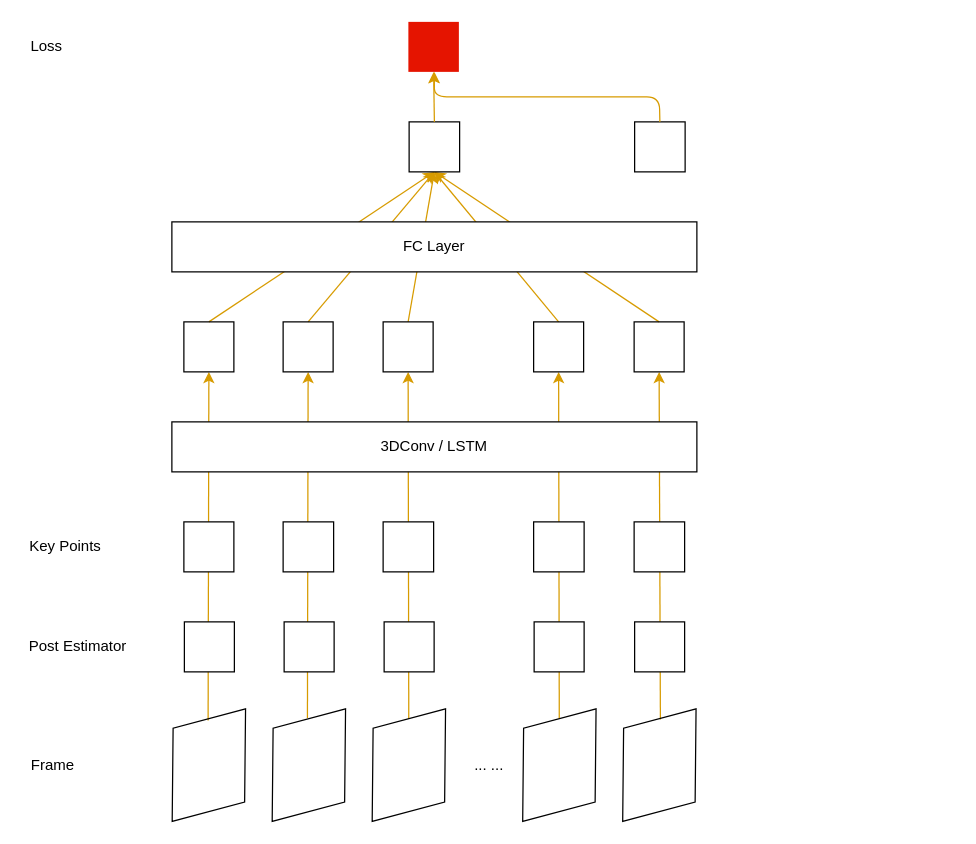
Before: 99_resources/11_img/fall_detection_pose.drawio in dataml-cn/playground, a draw.io diagram. Source tidied: cells renumbered, new cells numbered last; positions are measured from the earlier drawing's top-left corner, leaving out a move shared by most shapes. Both pictures are drawn from the tidied source at 125%, with x=0, y=0 at pixel (21, 21).
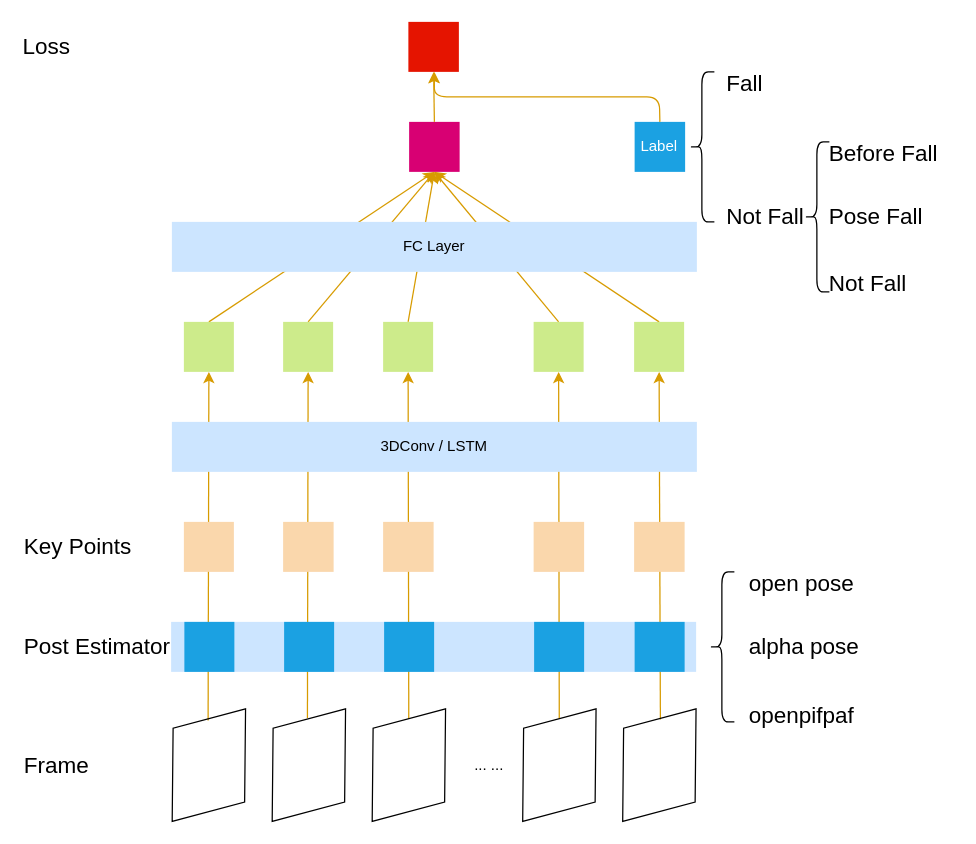
After the change.

What changed in the source:
```diff
@@
+    <mxCell id="44" style="rounded=0;whiteSpace=wrap;html=1;fillColor=#cce5ff;strokeColor=none;" parent="1" vertex="1">
+      <mxGeometry x="119.4" y="480" width="420" height="40" as="geometry" />
+    </mxCell>
@@
-    <mxCell id="18" style="rounded=0;whiteSpace=wrap;html=1;" parent="1" vertex="1">
+    <mxCell id="18" style="rounded=0;whiteSpace=wrap;html=1;fillColor=#1ba1e2;fontColor=#ffffff;strokeColor=none;" parent="1" vertex="1">
       <mxGeometry x="130" y="480" width="40" height="40" as="geometry" />
     </mxCell>
-    <mxCell id="19" value="Frame" style="text;html=1;strokeColor=none;fillColor=none;align=center;verticalAlign=middle;whiteSpace=wrap;rounded=0;" parent="1" vertex="1">
-      <mxGeometry y="584.6" width="50" height="20" as="geometry" />
+    <mxCell id="19" value="&lt;font style=&quot;font-size: 18px;&quot;&gt;Frame&lt;/font&gt;" style="text;html=1;strokeColor=none;fillColor=none;align=left;verticalAlign=middle;whiteSpace=wrap;rounded=0;fontSize=18;" parent="1" vertex="1">
+      <mxGeometry y="584.6" width="60" height="20" as="geometry" />
     </mxCell>
-    <mxCell id="20" value="Post Estimator" style="text;html=1;strokeColor=none;fillColor=none;align=center;verticalAlign=middle;whiteSpace=wrap;rounded=0;" parent="1" vertex="1">
-      <mxGeometry y="490" width="90" height="20" as="geometry" />
+    <mxCell id="20" value="&lt;font style=&quot;font-size: 18px&quot;&gt;Post Estimator&lt;/font&gt;" style="text;html=1;strokeColor=none;fillColor=none;align=left;verticalAlign=middle;whiteSpace=wrap;rounded=0;" parent="1" vertex="1">
+      <mxGeometry y="490" width="120" height="20" as="geometry" />
     </mxCell>
-    <mxCell id="21" style="rounded=0;whiteSpace=wrap;html=1;" parent="1" vertex="1">
+    <mxCell id="21" style="rounded=0;whiteSpace=wrap;html=1;fillColor=#fad7ac;strokeColor=none;" parent="1" vertex="1">
       <mxGeometry x="129.6" y="400" width="40" height="40" as="geometry" />
     </mxCell>
-    <mxCell id="22" value="Key Points" style="text;html=1;strokeColor=none;fillColor=none;align=center;verticalAlign=middle;whiteSpace=wrap;rounded=0;" parent="1" vertex="1">
-      <mxGeometry y="410" width="70" height="20" as="geometry" />
+    <mxCell id="22" value="&lt;font style=&quot;font-size: 18px&quot;&gt;Key Points&lt;/font&gt;" style="text;html=1;strokeColor=none;fillColor=none;align=left;verticalAlign=middle;whiteSpace=wrap;rounded=0;" parent="1" vertex="1">
+      <mxGeometry y="410" width="90" height="20" as="geometry" />
     </mxCell>
-    <mxCell id="23" style="rounded=0;whiteSpace=wrap;html=1;" parent="1" vertex="1">
+    <mxCell id="23" style="rounded=0;whiteSpace=wrap;html=1;fillColor=#fad7ac;strokeColor=none;" parent="1" vertex="1">
       <mxGeometry x="209" y="400" width="40.4" height="40" as="geometry" />
     </mxCell>
-    <mxCell id="24" value="3DConv / LSTM" style="rounded=0;whiteSpace=wrap;html=1;" parent="1" vertex="1">
+    <mxCell id="24" value="3DConv / LSTM" style="rounded=0;whiteSpace=wrap;html=1;fillColor=#cce5ff;strokeColor=none;" parent="1" vertex="1">
       <mxGeometry x="120" y="320" width="420" height="40" as="geometry" />
     </mxCell>
-    <mxCell id="25" style="rounded=0;whiteSpace=wrap;html=1;fillColor=none;" parent="1" vertex="1">
+    <mxCell id="25" style="rounded=0;whiteSpace=wrap;html=1;fillColor=#cdeb8b;strokeColor=none;" parent="1" vertex="1">
       <mxGeometry x="129.6" y="240" width="40" height="40" as="geometry" />
     </mxCell>
-    <mxCell id="26" style="rounded=0;whiteSpace=wrap;html=1;" parent="1" vertex="1">
+    <mxCell id="26" style="rounded=0;whiteSpace=wrap;html=1;fillColor=#fad7ac;strokeColor=none;" parent="1" vertex="1">
       <mxGeometry x="289" y="400" width="40.4" height="40" as="geometry" />
     </mxCell>
-    <mxCell id="27" style="rounded=0;whiteSpace=wrap;html=1;" parent="1" vertex="1">
+    <mxCell id="27" style="rounded=0;whiteSpace=wrap;html=1;fillColor=#fad7ac;strokeColor=none;" parent="1" vertex="1">
       <mxGeometry x="409.4" y="400" width="40.4" height="40" as="geometry" />
     </mxCell>
-    <mxCell id="28" style="rounded=0;whiteSpace=wrap;html=1;" parent="1" vertex="1">
+    <mxCell id="28" style="rounded=0;whiteSpace=wrap;html=1;fillColor=#fad7ac;strokeColor=none;" parent="1" vertex="1">
       <mxGeometry x="489.8" y="400" width="40.4" height="40" as="geometry" />
     </mxCell>
-    <mxCell id="29" style="rounded=0;whiteSpace=wrap;html=1;fillColor=none;" parent="1" vertex="1">
+    <mxCell id="29" style="rounded=0;whiteSpace=wrap;html=1;fillColor=#cdeb8b;strokeColor=none;" parent="1" vertex="1">
       <mxGeometry x="209" y="240" width="40" height="40" as="geometry" />
     </mxCell>
-    <mxCell id="30" style="rounded=0;whiteSpace=wrap;html=1;fillColor=none;" parent="1" vertex="1">
+    <mxCell id="30" style="rounded=0;whiteSpace=wrap;html=1;fillColor=#cdeb8b;strokeColor=none;" parent="1" vertex="1">
       <mxGeometry x="289" y="240" width="40" height="40" as="geometry" />
     </mxCell>
-    <mxCell id="31" style="rounded=0;whiteSpace=wrap;html=1;fillColor=none;" parent="1" vertex="1">
+    <mxCell id="31" style="rounded=0;whiteSpace=wrap;html=1;fillColor=#cdeb8b;strokeColor=none;" parent="1" vertex="1">
       <mxGeometry x="409.4" y="240" width="40" height="40" as="geometry" />
     </mxCell>
-    <mxCell id="32" style="rounded=0;whiteSpace=wrap;html=1;fillColor=none;" parent="1" vertex="1">
+    <mxCell id="32" style="rounded=0;whiteSpace=wrap;html=1;fillColor=#cdeb8b;strokeColor=none;" parent="1" vertex="1">
       <mxGeometry x="489.8" y="240" width="40" height="40" as="geometry" />
     </mxCell>
-    <mxCell id="33" value="FC Layer" style="rounded=0;whiteSpace=wrap;html=1;" parent="1" vertex="1">
+    <mxCell id="33" value="FC Layer" style="rounded=0;whiteSpace=wrap;html=1;fillColor=#cce5ff;strokeColor=none;" parent="1" vertex="1">
       <mxGeometry x="120" y="160" width="420" height="40" as="geometry" />
     </mxCell>
-    <mxCell id="34" style="rounded=0;whiteSpace=wrap;html=1;" parent="1" vertex="1">
+    <mxCell id="34" style="rounded=0;whiteSpace=wrap;html=1;fillColor=#1ba1e2;fontColor=#ffffff;strokeColor=none;" parent="1" vertex="1">
       <mxGeometry x="209.8" y="480" width="40" height="40" as="geometry" />
     </mxCell>
-    <mxCell id="35" style="rounded=0;whiteSpace=wrap;html=1;" parent="1" vertex="1">
+    <mxCell id="35" style="rounded=0;whiteSpace=wrap;html=1;fillColor=#1ba1e2;fontColor=#ffffff;strokeColor=none;" parent="1" vertex="1">
       <mxGeometry x="289.8" y="480" width="40" height="40" as="geometry" />
     </mxCell>
-    <mxCell id="36" style="rounded=0;whiteSpace=wrap;html=1;" parent="1" vertex="1">
+    <mxCell id="36" style="rounded=0;whiteSpace=wrap;html=1;fillColor=#1ba1e2;fontColor=#ffffff;strokeColor=none;" parent="1" vertex="1">
       <mxGeometry x="409.8" y="480" width="40" height="40" as="geometry" />
     </mxCell>
-    <mxCell id="37" style="rounded=0;whiteSpace=wrap;html=1;" parent="1" vertex="1">
+    <mxCell id="37" style="rounded=0;whiteSpace=wrap;html=1;fillColor=#1ba1e2;fontColor=#ffffff;strokeColor=none;" parent="1" vertex="1">
       <mxGeometry x="490.2" y="480" width="40" height="40" as="geometry" />
     </mxCell>
-    <mxCell id="38" style="rounded=0;whiteSpace=wrap;html=1;" parent="1" vertex="1">
+    <mxCell id="38" value="Label" style="rounded=0;whiteSpace=wrap;html=1;fillColor=#1ba1e2;fontColor=#ffffff;strokeColor=none;" parent="1" vertex="1">
       <mxGeometry x="490.2" y="80" width="40.4" height="40" as="geometry" />
     </mxCell>
-    <mxCell id="39" style="rounded=0;whiteSpace=wrap;html=1;" parent="1" vertex="1">
+    <mxCell id="39" style="rounded=0;whiteSpace=wrap;html=1;fillColor=#d80073;fontColor=#ffffff;strokeColor=none;" parent="1" vertex="1">
       <mxGeometry x="309.8" y="80" width="40.4" height="40" as="geometry" />
     </mxCell>
@@
-    <mxCell id="41" value="Loss" style="text;html=1;strokeColor=none;fillColor=none;align=center;verticalAlign=middle;whiteSpace=wrap;rounded=0;" parent="1" vertex="1">
+    <mxCell id="41" value="&lt;font style=&quot;font-size: 18px&quot;&gt;Loss&lt;/font&gt;" style="text;html=1;strokeColor=none;fillColor=none;align=center;verticalAlign=middle;whiteSpace=wrap;rounded=0;" parent="1" vertex="1">
       <mxGeometry y="10" width="40" height="20" as="geometry" />
     </mxCell>
@@
+    <mxCell id="45" style="shape=curlyBracket;whiteSpace=wrap;html=1;rounded=1;fillColor=none;" parent="1" vertex="1">
+      <mxGeometry x="550" y="440" width="20" height="120" as="geometry" />
+    </mxCell>
+    <mxCell id="46" value="&lt;font style=&quot;font-size: 18px&quot;&gt;open pose&lt;/font&gt;" style="text;html=1;strokeColor=none;fillColor=none;align=left;verticalAlign=middle;whiteSpace=wrap;rounded=0;" parent="1" vertex="1">
+      <mxGeometry x="580" y="440" width="90" height="20" as="geometry" />
+    </mxCell>
+    <mxCell id="47" value="&lt;font style=&quot;font-size: 18px&quot;&gt;alpha pose&lt;/font&gt;" style="text;html=1;strokeColor=none;fillColor=none;align=left;verticalAlign=middle;whiteSpace=wrap;rounded=0;" parent="1" vertex="1">
+      <mxGeometry x="580" y="490" width="100" height="20" as="geometry" />
+    </mxCell>
+    <mxCell id="48" value="&lt;font style=&quot;font-size: 18px&quot;&gt;openpifpaf&lt;/font&gt;" style="text;html=1;strokeColor=none;fillColor=none;align=left;verticalAlign=middle;whiteSpace=wrap;rounded=0;" parent="1" vertex="1">
+      <mxGeometry x="580" y="545" width="100" height="20" as="geometry" />
+    </mxCell>
+    <mxCell id="49" style="shape=curlyBracket;whiteSpace=wrap;html=1;rounded=1;fillColor=none;" parent="1" vertex="1">
+      <mxGeometry x="534" y="40" width="20" height="120" as="geometry" />
+    </mxCell>
+    <mxCell id="50" value="&lt;font style=&quot;font-size: 18px&quot;&gt;Fall&amp;nbsp;&lt;/font&gt;" style="text;html=1;strokeColor=none;fillColor=none;align=left;verticalAlign=middle;whiteSpace=wrap;rounded=0;" parent="1" vertex="1">
+      <mxGeometry x="562" y="40" width="90" height="20" as="geometry" />
+    </mxCell>
+    <mxCell id="51" value="&lt;font style=&quot;font-size: 18px&quot;&gt;Not Fall&amp;nbsp;&lt;/font&gt;" style="text;html=1;strokeColor=none;fillColor=none;align=left;verticalAlign=middle;whiteSpace=wrap;rounded=0;" parent="1" vertex="1">
+      <mxGeometry x="562" y="146" width="78" height="20" as="geometry" />
+    </mxCell>
+    <mxCell id="52" style="shape=curlyBracket;whiteSpace=wrap;html=1;rounded=1;fillColor=none;" parent="1" vertex="1">
+      <mxGeometry x="626" y="96" width="20" height="120" as="geometry" />
+    </mxCell>
+    <mxCell id="53" value="&lt;font style=&quot;font-size: 18px&quot;&gt;Not Fall&amp;nbsp;&lt;/font&gt;" style="text;html=1;strokeColor=none;fillColor=none;align=left;verticalAlign=middle;whiteSpace=wrap;rounded=0;" parent="1" vertex="1">
+      <mxGeometry x="644" y="200" width="80" height="20" as="geometry" />
+    </mxCell>
+    <mxCell id="54" value="&lt;font style=&quot;font-size: 18px&quot;&gt;Before Fall&amp;nbsp;&lt;/font&gt;" style="text;html=1;strokeColor=none;fillColor=none;align=left;verticalAlign=middle;whiteSpace=wrap;rounded=0;" parent="1" vertex="1">
+      <mxGeometry x="644" y="96" width="103" height="20" as="geometry" />
+    </mxCell>
+    <mxCell id="55" value="&lt;font style=&quot;font-size: 18px&quot;&gt;Pose Fall&amp;nbsp;&lt;/font&gt;" style="text;html=1;strokeColor=none;fillColor=none;align=left;verticalAlign=middle;whiteSpace=wrap;rounded=0;" parent="1" vertex="1">
+      <mxGeometry x="644" y="146" width="103" height="20" as="geometry" />
+    </mxCell>
```
